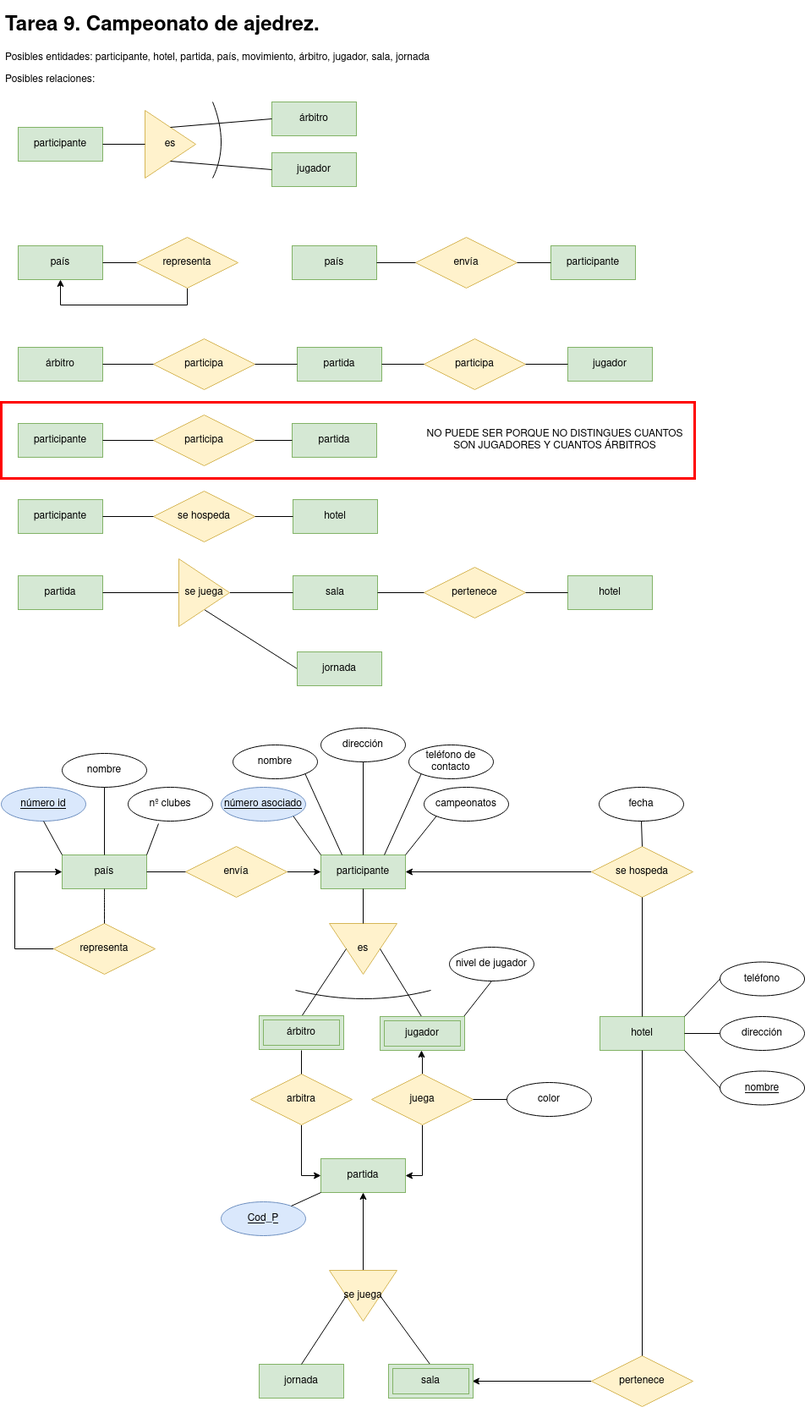
Before: tarea9.png, a diagram exported from draw.io (javigh193/bae). Source tidied: cells renumbered, new cells last; positions are measured from the earlier drawing's top-left corner, leaving out a move shared by most shapes.
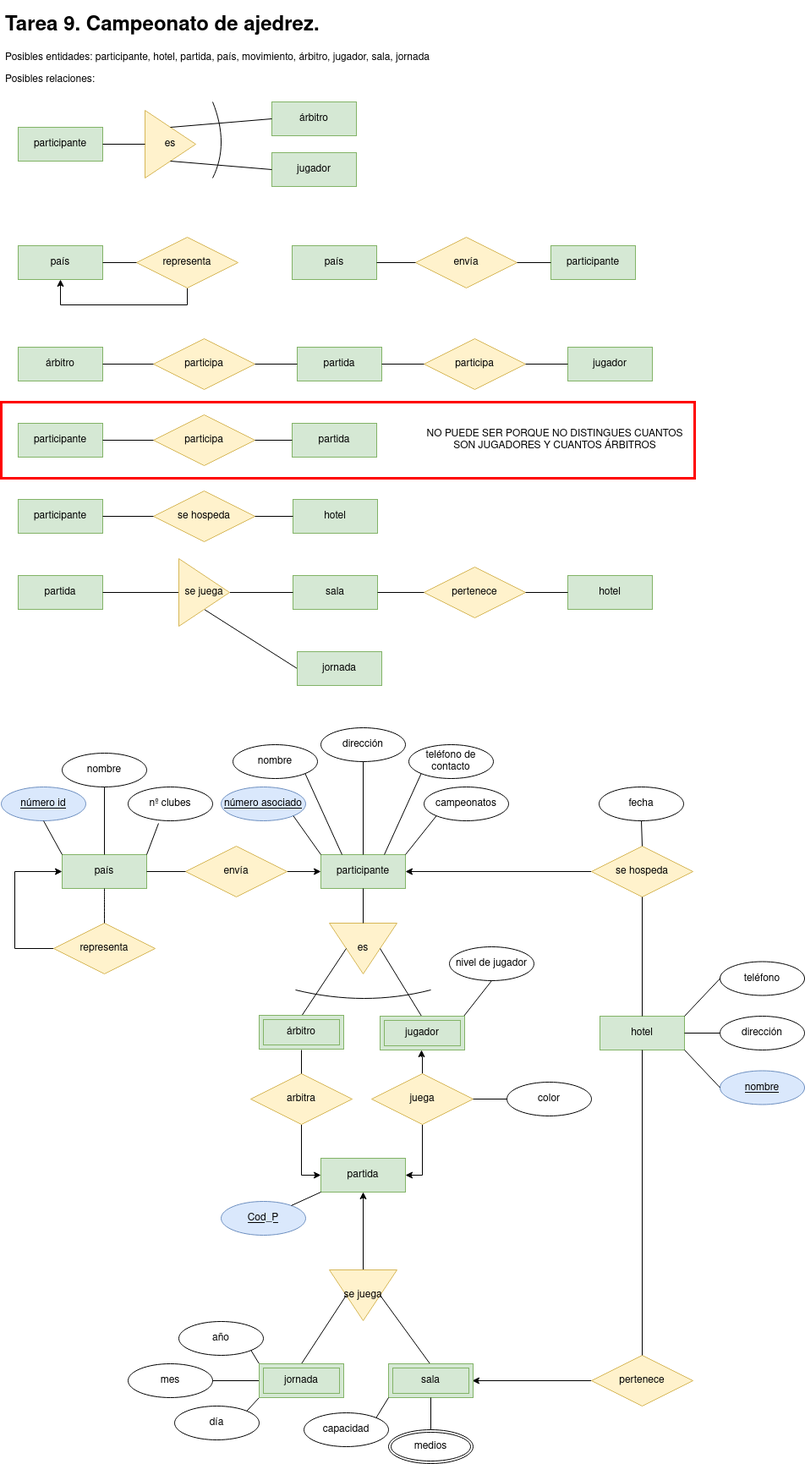
The same file after the commit.

Diff of the diagram source:
```diff
@@ -202,9 +202,6 @@
     <mxCell id="65" value="se juega" style="triangle;whiteSpace=wrap;html=1;fillColor=#fff2cc;strokeColor=#d6b656;direction=south;" parent="1" vertex="1">
       <mxGeometry x="388" y="1491" width="80" height="60" as="geometry" />
     </mxCell>
-    <mxCell id="66" value="jornada" style="whiteSpace=wrap;html=1;align=center;fillColor=#d5e8d4;strokeColor=#82b366;" parent="1" vertex="1">
-      <mxGeometry x="305" y="1602" width="100" height="40" as="geometry" />
-    </mxCell>
     <mxCell id="67" value="NO PUEDE SER PORQUE NO DISTINGUES CUANTOS SON JUGADORES Y CUANTOS ÁRBITROS" style="text;html=1;strokeColor=none;fillColor=none;align=center;verticalAlign=middle;whiteSpace=wrap;rounded=0;" parent="1" vertex="1">
       <mxGeometry x="490" y="495" width="330" height="30" as="geometry" />
     </mxCell>
@@ -246,8 +243,10 @@
     <mxCell id="77" style="endArrow=none;html=1;rounded=0;exitX=0.5;exitY=1;exitDx=0;exitDy=0;entryX=0;entryY=0.5;entryDx=0;entryDy=0;" parent="1" edge="1" source="53" target="55">
       <mxGeometry relative="1" as="geometry" />
     </mxCell>
-    <mxCell id="78" style="endArrow=none;html=1;rounded=0;exitX=0.5;exitY=1;exitDx=0;exitDy=0;entryX=0.5;entryY=0;entryDx=0;entryDy=0;" parent="1" edge="1" source="65" target="66">
-      <mxGeometry relative="1" as="geometry" />
+    <mxCell id="78" style="endArrow=none;html=1;rounded=0;exitX=0.5;exitY=1;exitDx=0;exitDy=0;entryX=0.5;entryY=0;entryDx=0;entryDy=0;" parent="1" edge="1" source="65">
+      <mxGeometry relative="1" as="geometry">
+        <mxPoint x="355" y="1602" as="targetPoint" />
+      </mxGeometry>
     </mxCell>
     <mxCell id="79" style="endArrow=none;html=1;rounded=0;exitX=0.5;exitY=0;exitDx=0;exitDy=0;entryX=0.5;entryY=0;entryDx=0;entryDy=0;" parent="1" edge="1" source="65">
       <mxGeometry relative="1" as="geometry">
@@ -366,7 +365,7 @@
     <mxCell id="112" value="sala" style="shape=ext;margin=3;double=1;whiteSpace=wrap;html=1;align=center;fillColor=#d5e8d4;strokeColor=#82b366;" parent="1" vertex="1">
       <mxGeometry x="458" y="1602" width="100" height="40" as="geometry" />
     </mxCell>
-    <mxCell id="113" value="nombre" style="ellipse;whiteSpace=wrap;html=1;align=center;fontStyle=4;" parent="1" vertex="1">
+    <mxCell id="113" value="nombre" style="ellipse;whiteSpace=wrap;html=1;align=center;fontStyle=4;fillColor=#dae8fc;strokeColor=#6c8ebf;" parent="1" vertex="1">
       <mxGeometry x="850" y="1255.5" width="100" height="40" as="geometry" />
     </mxCell>
     <mxCell id="114" style="endArrow=none;html=1;rounded=0;entryX=1;entryY=0;entryDx=0;entryDy=0;exitX=0;exitY=0.5;exitDx=0;exitDy=0;" parent="1" edge="1" source="111" target="61">
@@ -378,5 +377,38 @@
     <mxCell id="116" style="endArrow=none;html=1;rounded=0;entryX=1;entryY=0.5;entryDx=0;entryDy=0;exitX=0;exitY=0.5;exitDx=0;exitDy=0;" parent="1" edge="1" source="110" target="61">
       <mxGeometry relative="1" as="geometry" />
     </mxCell>
+    <mxCell id="117" value="año" style="ellipse;whiteSpace=wrap;html=1;align=center;" parent="1" vertex="1">
+      <mxGeometry x="210" y="1552" width="100" height="40" as="geometry" />
+    </mxCell>
+    <mxCell id="118" value="mes" style="ellipse;whiteSpace=wrap;html=1;align=center;" parent="1" vertex="1">
+      <mxGeometry x="150" y="1602" width="100" height="40" as="geometry" />
+    </mxCell>
+    <mxCell id="119" value="día" style="ellipse;whiteSpace=wrap;html=1;align=center;" parent="1" vertex="1">
+      <mxGeometry x="205" y="1652" width="100" height="40" as="geometry" />
+    </mxCell>
+    <mxCell id="120" style="endArrow=none;html=1;rounded=0;exitX=1;exitY=1;exitDx=0;exitDy=0;entryX=0;entryY=0;entryDx=0;entryDy=0;" parent="1" edge="1" source="117" target="66">
+      <mxGeometry relative="1" as="geometry" />
+    </mxCell>
+    <mxCell id="121" style="endArrow=none;html=1;rounded=0;exitX=0;exitY=0.5;exitDx=0;exitDy=0;entryX=1;entryY=0.5;entryDx=0;entryDy=0;" parent="1" edge="1" source="66" target="118">
+      <mxGeometry relative="1" as="geometry" />
+    </mxCell>
+    <mxCell id="122" style="endArrow=none;html=1;rounded=0;exitX=0;exitY=1;exitDx=0;exitDy=0;entryX=1;entryY=0;entryDx=0;entryDy=0;" parent="1" edge="1" source="66" target="119">
+      <mxGeometry relative="1" as="geometry" />
+    </mxCell>
+    <mxCell id="123" value="capacidad" style="ellipse;whiteSpace=wrap;html=1;align=center;" parent="1" vertex="1">
+      <mxGeometry x="358" y="1660" width="100" height="40" as="geometry" />
+    </mxCell>
+    <mxCell id="124" style="endArrow=none;html=1;rounded=0;exitX=1;exitY=0;exitDx=0;exitDy=0;entryX=0;entryY=1;entryDx=0;entryDy=0;" parent="1" edge="1" source="123" target="112">
+      <mxGeometry relative="1" as="geometry" />
+    </mxCell>
+    <mxCell id="125" value="medios" style="ellipse;shape=doubleEllipse;margin=3;whiteSpace=wrap;html=1;align=center;" parent="1" vertex="1">
+      <mxGeometry x="458" y="1680" width="100" height="40" as="geometry" />
+    </mxCell>
+    <mxCell id="126" style="endArrow=none;html=1;rounded=0;exitX=0.5;exitY=1;exitDx=0;exitDy=0;entryX=0.5;entryY=0;entryDx=0;entryDy=0;" parent="1" edge="1" source="112" target="125">
+      <mxGeometry relative="1" as="geometry" />
+    </mxCell>
+    <mxCell id="66" value="jornada" style="shape=ext;margin=3;double=1;whiteSpace=wrap;html=1;align=center;fillColor=#d5e8d4;strokeColor=#82b366;" parent="1" vertex="1">
+      <mxGeometry x="305" y="1602" width="100" height="40" as="geometry" />
+    </mxCell>
   </root>
 </mxGraphModel>
```
